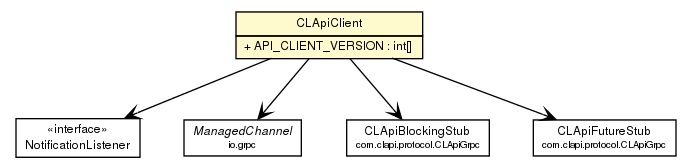
The Graphviz diagram javadoc/clapi/com/clapi/client/CLApiClient.png in ericpinet/ConnectLife, before a commit. Its source is kept beside it as javadoc/clapi/com/clapi/client/CLApiClient.dot.
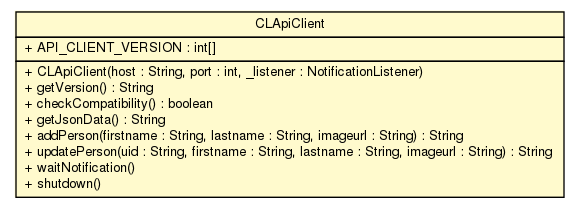
The same diagram one commit later.

Diff of the diagram source:
```diff
@@ -4,40 +4,22 @@
 	node [fontname="Helvetica",fontsize=10,shape=plaintext];
 	nodesep=0.25;
 	ranksep=0.5;
-	c598 [label=<<table title="com.clapi.client.NotificationListener" border="0" cellborder="1" cellspacing="0" cellpadding="2" port="p" href="./NotificationListener.html">
-		<tr><td><table border="0" cellspacing="0" cellpadding="1">
-<tr><td align="center" balign="center"> &#171;interface&#187; </td></tr>
-<tr><td align="center" balign="center"> NotificationListener </td></tr>
-		</table></td></tr>
-		</table>>, fontname="Helvetica", fontcolor="black", fontsize=9.0];
-	c599 [label=<<table title="com.clapi.client.CLApiClient" border="0" cellborder="1" cellspacing="0" cellpadding="2" port="p" bgcolor="lemonChiffon" href="./CLApiClient.html">
+	c573 [label=<<table title="com.clapi.client.CLApiClient" border="0" cellborder="1" cellspacing="0" cellpadding="2" port="p" bgcolor="lemonChiffon" href="./CLApiClient.html">
 		<tr><td><table border="0" cellspacing="0" cellpadding="1">
 <tr><td align="center" balign="center"> CLApiClient </td></tr>
 		</table></td></tr>
 		<tr><td><table border="0" cellspacing="0" cellpadding="1">
 <tr><td align="left" balign="left"> + API_CLIENT_VERSION : int[] </td></tr>
 		</table></td></tr>
-		</table>>, fontname="Helvetica", fontcolor="black", fontsize=9.0];
-	c599:p -> c600:p [taillabel="", label="", headlabel="", fontname="Helvetica", fontcolor="black", fontsize=10.0, color="black", arrowhead=open];
-	c599:p -> c601:p [taillabel="", label="", headlabel="", fontname="Helvetica", fontcolor="black", fontsize=10.0, color="black", arrowhead=open];
-	c599:p -> c602:p [taillabel="", label="", headlabel="", fontname="Helvetica", fontcolor="black", fontsize=10.0, color="black", arrowhead=open];
-	c599:p -> c598:p [taillabel="", label="", headlabel="", fontname="Helvetica", fontcolor="black", fontsize=10.0, color="black", arrowhead=open];
-	c600 [label=<<table title="io.grpc.ManagedChannel" border="0" cellborder="1" cellspacing="0" cellpadding="2" port="p" href="http://java.sun.com/j2se/1.4.2/docs/api/io/grpc/ManagedChannel.html">
 		<tr><td><table border="0" cellspacing="0" cellpadding="1">
-<tr><td align="center" balign="center"><font face="Helvetica-Oblique"> ManagedChannel </font></td></tr>
-<tr><td align="center" balign="center"><font point-size="7.0"> io.grpc </font></td></tr>
+<tr><td align="left" balign="left"> + CLApiClient(host : String, port : int, _listener : NotificationListener) </td></tr>
+<tr><td align="left" balign="left"> + getVersion() : String </td></tr>
+<tr><td align="left" balign="left"> + checkCompatibility() : boolean </td></tr>
+<tr><td align="left" balign="left"> + getJsonData() : String </td></tr>
+<tr><td align="left" balign="left"> + addPerson(firstname : String, lastname : String, imageurl : String) : String </td></tr>
+<tr><td align="left" balign="left"> + updatePerson(uid : String, firstname : String, lastname : String, imageurl : String) : String </td></tr>
+<tr><td align="left" balign="left"> + waitNotification() </td></tr>
+<tr><td align="left" balign="left"> + shutdown() </td></tr>
 		</table></td></tr>
-		</table>>, fontname="Helvetica", fontcolor="black", fontsize=9.0];
-	c602 [label=<<table title="com.clapi.protocol.CLApiGrpc.CLApiFutureStub" border="0" cellborder="1" cellspacing="0" cellpadding="2" port="p" href="http://java.sun.com/j2se/1.4.2/docs/api/com/clapi/protocol/CLApiGrpc/CLApiFutureStub.html">
-		<tr><td><table border="0" cellspacing="0" cellpadding="1">
-<tr><td align="center" balign="center"> CLApiFutureStub </td></tr>
-<tr><td align="center" balign="center"><font point-size="7.0"> com.clapi.protocol.CLApiGrpc </font></td></tr>
-		</table></td></tr>
-		</table>>, fontname="Helvetica", fontcolor="black", fontsize=9.0];
-	c601 [label=<<table title="com.clapi.protocol.CLApiGrpc.CLApiBlockingStub" border="0" cellborder="1" cellspacing="0" cellpadding="2" port="p" href="http://java.sun.com/j2se/1.4.2/docs/api/com/clapi/protocol/CLApiGrpc/CLApiBlockingStub.html">
-		<tr><td><table border="0" cellspacing="0" cellpadding="1">
-<tr><td align="center" balign="center"> CLApiBlockingStub </td></tr>
-<tr><td align="center" balign="center"><font point-size="7.0"> com.clapi.protocol.CLApiGrpc </font></td></tr>
-		</table></td></tr>
-		</table>>, fontname="Helvetica", fontcolor="black", fontsize=9.0];
+		</table>>, fontname="Helvetica", fontcolor="black", fontsize=10.0];
 }
```
